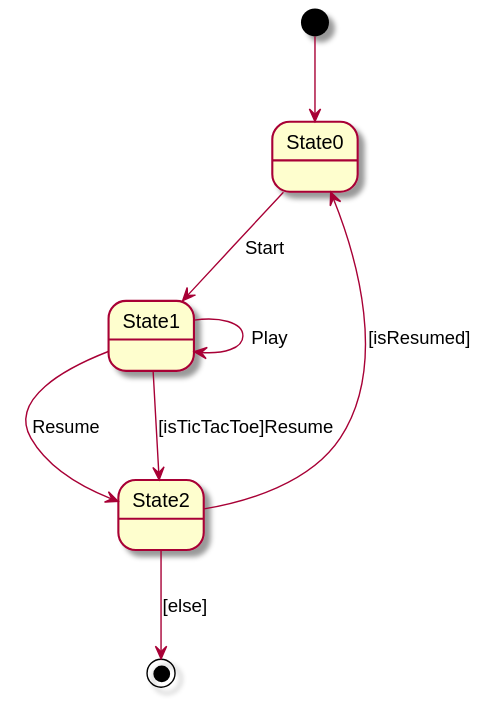
This is build/docs/asciidoc/images/diagramaContexto.svg from x-USantaTecla-game-ticTacToe/requirements, a PlantUML export, as it was before one commit.
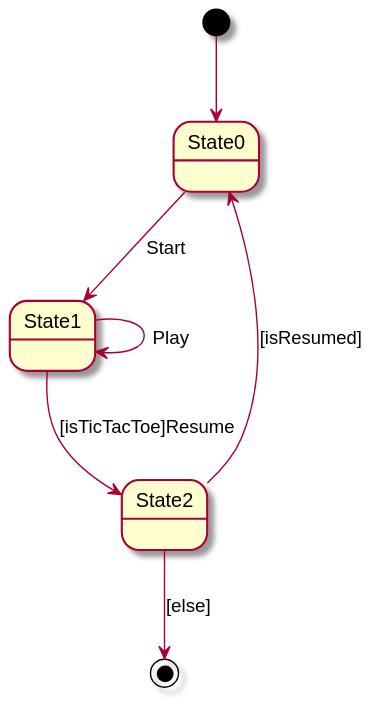
The same file after the commit.

Commit message:
Fix context diagram

Change to the diagram source:
```diff
@@ -3,7 +3,6 @@
 [*] --> State0
 State0 --> State1 : Start
 State1 --> State1 : Play
-State1 --> State2 : Resume
 State1 --> State2 : [isTicTacToe]Resume
 State2 --> State0 : [isResumed]
 State2 --> [*] : [else]
```
